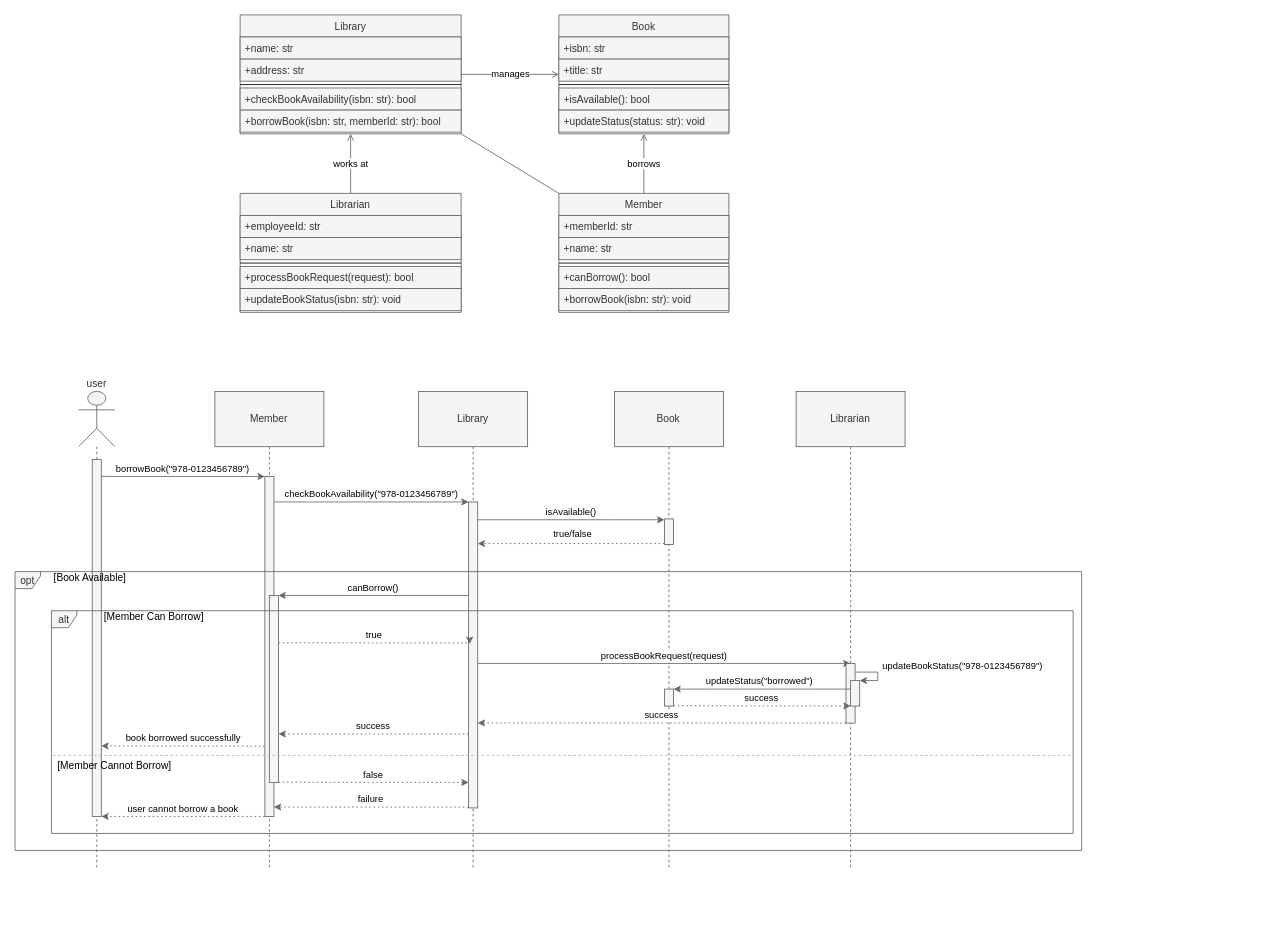
The draw.io diagram diagrams/examples/fragments_examples/opt_03.1.drawio in kkubinova/drawio_plugin, before the edit. Source tidied: cells renumbered, new cells numbered last; positions are measured from the earlier drawing's top-left corner, leaving out a move shared by most shapes. Both pictures are drawn from the tidied source at 85%, with x=0, y=0 at pixel (14, 14).
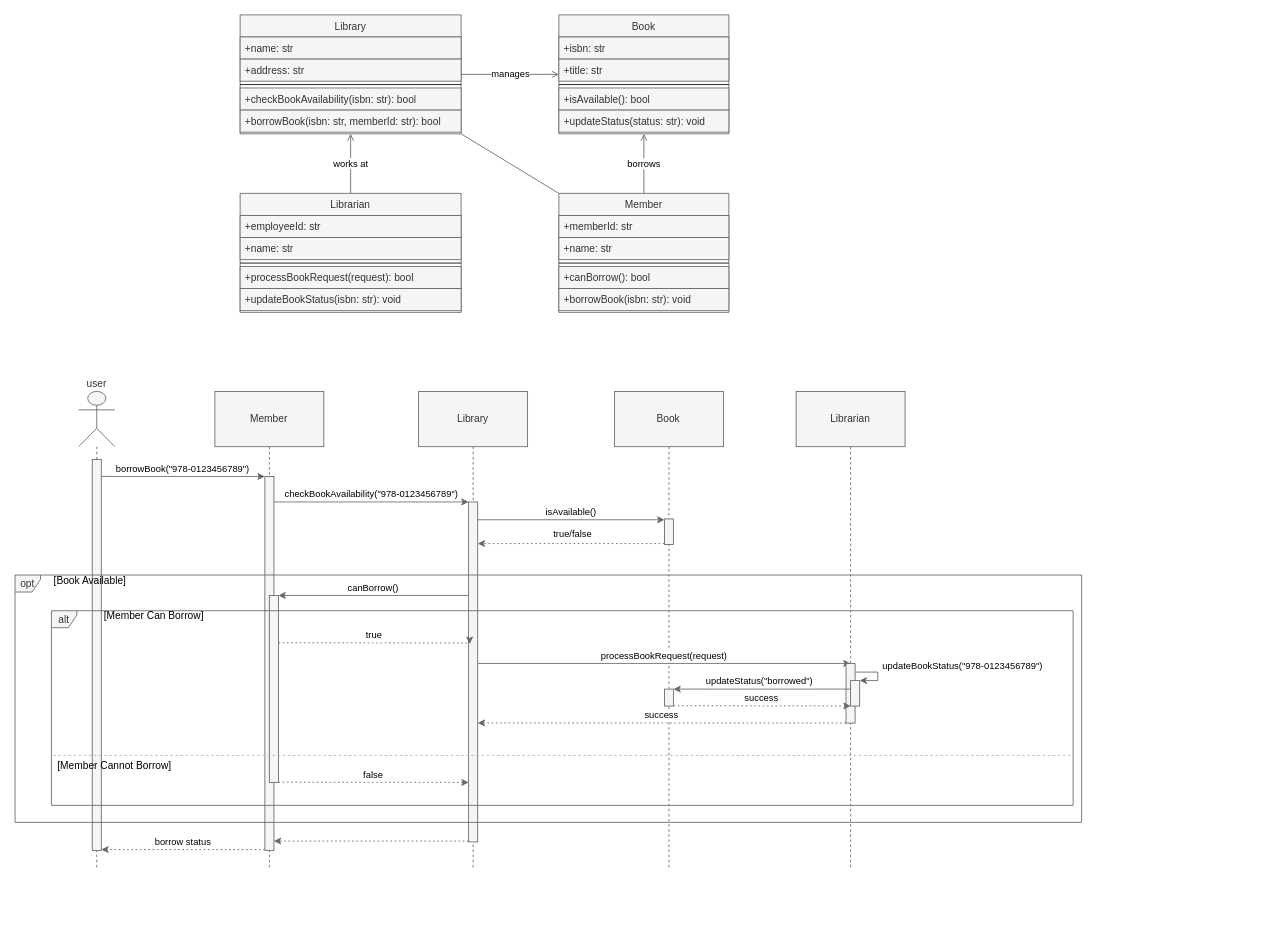
Above is the later version.

The change refers to these unchanged cells:
```xml
<mxCell id="31" style="group;fillColor=none;" parent="30" vertex="1">
  <mxGeometry x="75" y="410" width="1389" height="658" as="geometry" />
</mxCell>
<mxCell id="32" value="user" style="shape=umlLifeline;perimeter=lifelinePerimeter;whiteSpace=wrap;participant=umlActor;verticalAlign=bottom;labelPosition=center;verticalLabelPosition=top;align=center;size=65;fillColor=#f5f5f5;fontColor=#333333;strokeColor=#666666;" parent="31" vertex="1">
  <mxGeometry y="33" width="42.7" height="560" as="geometry" />
</mxCell>
<mxCell id="34" value="Member" style="shape=umlLifeline;perimeter=lifelinePerimeter;whiteSpace=wrap;size=65;fillColor=#f5f5f5;fontColor=#333333;strokeColor=#666666;" parent="31" vertex="1">
  <mxGeometry x="160.3" y="33" width="128.2" height="560" as="geometry" />
</mxCell>
<mxCell id="36" value="Library" style="shape=umlLifeline;perimeter=lifelinePerimeter;whiteSpace=wrap;size=65;fillColor=#f5f5f5;fontColor=#333333;strokeColor=#666666;" parent="31" vertex="1">
  <mxGeometry x="400" y="33" width="128.2" height="560" as="geometry" />
</mxCell>
```

What changed in the source:
```diff
@@
     <mxCell id="33" style="perimeter=orthogonalPerimeter;targetShapes=umlLifeline;fillColor=#f5f5f5;fontColor=#333333;strokeColor=#666666;" parent="32" vertex="1">
-      <mxGeometry x="16" y="80" width="10.7" height="420" as="geometry" />
+      <mxGeometry x="16" y="80" width="10.7" height="460" as="geometry" />
     </mxCell>
@@
     <mxCell id="35" style="perimeter=orthogonalPerimeter;targetShapes=umlLifeline;fillColor=#f5f5f5;fontColor=#333333;strokeColor=#666666;" parent="34" vertex="1">
-      <mxGeometry x="58.8" y="100" width="10.7" height="400" as="geometry" />
+      <mxGeometry x="58.8" y="100" width="10.7" height="440" as="geometry" />
     </mxCell>
@@
     <mxCell id="37" style="points=[];perimeter=orthogonalPerimeter;outlineConnect=0;targetShapes=umlLifeline;portConstraint=eastwest;fillColor=#f5f5f5;fontColor=#333333;strokeColor=#666666;" parent="36" vertex="1">
-      <mxGeometry x="58.8" y="130" width="10.7" height="360" as="geometry" />
+      <mxGeometry x="58.8" y="130" width="10.7" height="400" as="geometry" />
     </mxCell>
@@
-    <mxCell id="50" value="book borrowed successfully" style="verticalAlign=bottom;edgeStyle=elbowEdgeStyle;elbow=vertical;curved=0;rounded=0;dashed=1;dashPattern=2 3;endArrow=classic;fillColor=#f5f5f5;strokeColor=#666666;endFill=1;" parent="31" edge="1">
-      <mxGeometry relative="1" as="geometry">
-        <mxPoint x="219" y="450.4" as="sourcePoint" />
-        <mxPoint x="26.7" y="450.1" as="targetPoint" />
-      </mxGeometry>
-    </mxCell>
     <mxCell id="51" value="opt" style="shape=umlFrame;strokeColor=#666666;height=20;width=30;fillColor=#f5f5f5;fontColor=#333333;" parent="31" vertex="1">
-      <mxGeometry x="-74.8" y="245" width="1254.8" height="328" as="geometry" />
+      <mxGeometry x="-74.8" y="249" width="1254.8" height="291" as="geometry" />
     </mxCell>
     <mxCell id="52" value="[Book Available]" style="text;strokeColor=none;fillColor=none;align=left;verticalAlign=middle;whiteSpace=wrap;" parent="51" vertex="1">
-      <mxGeometry x="43.6" width="1211.1" height="16.4" as="geometry" />
+      <mxGeometry x="43.6" width="1211.1" height="14.5" as="geometry" />
     </mxCell>
@@
-    <mxCell id="59" value="success" style="verticalAlign=bottom;edgeStyle=elbowEdgeStyle;elbow=vertical;curved=0;rounded=0;dashed=1;dashPattern=2 3;endArrow=classic;fillColor=#f5f5f5;strokeColor=#666666;endFill=1;" parent="31" edge="1" source="37">
-      <mxGeometry relative="1" as="geometry">
-        <mxPoint x="235.1" y="436.1" as="targetPoint" />
-        <Array as="points">
-          <mxPoint x="280" y="436" />
-        </Array>
-      </mxGeometry>
-    </mxCell>
     <mxCell id="60" value="alt" style="shape=umlFrame;strokeColor=#666666;height=20;width=30;fillColor=#f5f5f5;fontColor=#333333;" parent="31" vertex="1">
-      <mxGeometry x="-32" y="291" width="1202" height="262" as="geometry" />
+      <mxGeometry x="-32" y="291" width="1202" height="229" as="geometry" />
     </mxCell>
     <mxCell id="61" value="[Member Can Borrow]" style="text;strokeColor=none;fillColor=none;align=left;verticalAlign=middle;whiteSpace=wrap;" parent="60" vertex="1">
-      <mxGeometry x="60" width="1142" height="13.1" as="geometry" />
+      <mxGeometry x="60" width="1142" height="11.4" as="geometry" />
     </mxCell>
@@
-    <mxCell id="63" value="failure" style="verticalAlign=bottom;edgeStyle=elbowEdgeStyle;elbow=vertical;curved=0;rounded=0;dashed=1;dashPattern=2 3;endArrow=classic;fillColor=#f5f5f5;strokeColor=#666666;endFill=1;" parent="31" edge="1" source="37">
+    <mxCell id="63" style="verticalAlign=bottom;edgeStyle=elbowEdgeStyle;elbow=vertical;curved=0;rounded=0;dashed=1;dashPattern=2 3;endArrow=classic;fillColor=#f5f5f5;strokeColor=#666666;endFill=1;" parent="31" edge="1">
       <mxGeometry relative="1" as="geometry">
-        <mxPoint x="229.7" y="522" as="targetPoint" />
+        <mxPoint x="458.8" y="562" as="sourcePoint" />
+        <mxPoint x="229.7" y="562" as="targetPoint" />
         <Array as="points">
-          <mxPoint x="343" y="522" />
+          <mxPoint x="343" y="562" />
         </Array>
       </mxGeometry>
     </mxCell>
-    <mxCell id="64" value="user cannot borrow a book" style="verticalAlign=bottom;edgeStyle=elbowEdgeStyle;elbow=vertical;curved=0;rounded=0;dashed=1;dashPattern=2 3;endArrow=classic;fillColor=#f5f5f5;strokeColor=#666666;endFill=1;" parent="31" edge="1">
+    <mxCell id="64" value="borrow status" style="verticalAlign=bottom;edgeStyle=elbowEdgeStyle;elbow=vertical;curved=0;rounded=0;dashed=1;dashPattern=2 3;endArrow=classic;fillColor=#f5f5f5;strokeColor=#666666;endFill=1;" parent="31" edge="1">
       <mxGeometry relative="1" as="geometry">
-        <mxPoint x="219" y="533" as="sourcePoint" />
-        <mxPoint x="26.7" y="533" as="targetPoint" />
+        <mxPoint x="219" y="572" as="sourcePoint" />
+        <mxPoint x="26.7" y="572" as="targetPoint" />
         <Array as="points">
-          <mxPoint x="145.3" y="533" />
+          <mxPoint x="145.3" y="572" />
         </Array>
       </mxGeometry>
     </mxCell>
```
